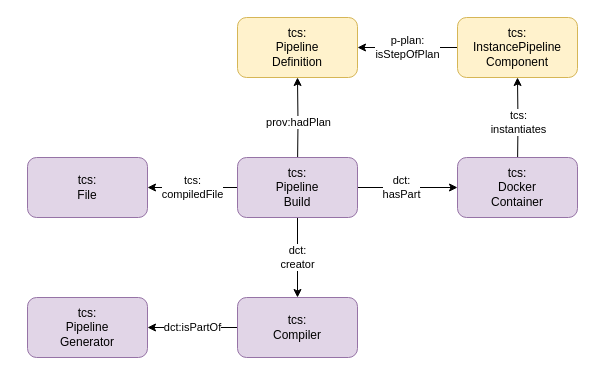
The draw.io diagram page "Pipeline Generator" (2 of 4) of semantic model/diagrams/diagrams.drawio in thcarsten/toolchain-specification, before the edit. Source tidied: cells renumbered, new cells numbered last; positions are measured from the earlier drawing's top-left corner, leaving out a move shared by most shapes. Both pictures are drawn from the tidied source at 100%, with x=0, y=0 at pixel (27, 17).
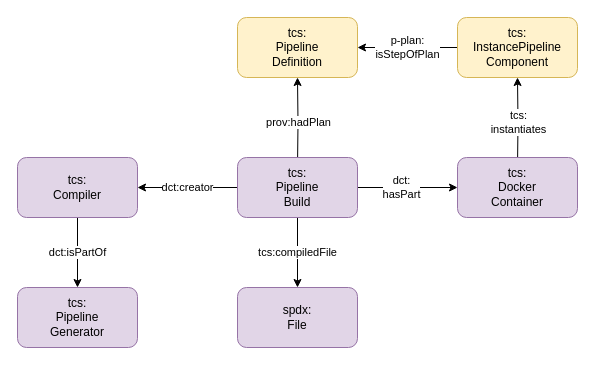
Above is the later version.

What changed in the source:
```diff
@@
 <mxGraphModel>
   <root>
     <mxCell id="0" />
     <mxCell id="1" parent="0" />
     <mxCell id="2" value="prov:hadPlan" style="edgeStyle=orthogonalEdgeStyle;rounded=0;jettySize=auto;html=1;exitX=0.5;exitY=0;exitDx=0;exitDy=0;entryX=0.5;entryY=1;entryDx=0;entryDy=0;" parent="1" edge="1" target="4">
       <mxGeometry relative="1" as="geometry">
         <mxPoint x="270" y="150" as="sourcePoint" />
       </mxGeometry>
     </mxCell>
     <mxCell id="3" value="tcs:&lt;div&gt;instantiates&lt;/div&gt;" style="edgeStyle=orthogonalEdgeStyle;rounded=0;jettySize=auto;html=1;exitX=0.5;exitY=0;exitDx=0;exitDy=0;entryX=0.5;entryY=1;entryDx=0;entryDy=0;" parent="1" edge="1" target="6">
       <mxGeometry relative="1" as="geometry">
         <mxPoint x="490" y="150" as="sourcePoint" />
       </mxGeometry>
     </mxCell>
     <mxCell id="4" value="tcs:&lt;div&gt;Pipeline&lt;div&gt;Definition&lt;/div&gt;&lt;/div&gt;" style="rounded=1;whiteSpace=wrap;html=1;fillColor=#fff2cc;strokeColor=#d6b656;" parent="1" vertex="1">
       <mxGeometry x="210" width="120" height="60" as="geometry" />
     </mxCell>
     <mxCell id="5" value="p-plan:&lt;div&gt;isStepOfPlan&lt;/div&gt;" style="edgeStyle=orthogonalEdgeStyle;rounded=0;jettySize=auto;html=1;exitX=0;exitY=0.5;exitDx=0;exitDy=0;entryX=1;entryY=0.5;entryDx=0;entryDy=0;" parent="1" edge="1" source="6" target="4">
       <mxGeometry relative="1" as="geometry" />
     </mxCell>
     <mxCell id="6" value="&lt;span style=&quot;background-color: transparent; color: light-dark(rgb(0, 0, 0), rgb(255, 255, 255));&quot;&gt;tcs:&lt;/span&gt;&lt;div&gt;&lt;span&gt;InstancePipeline&lt;/span&gt;&lt;div&gt;&lt;span&gt;Component&lt;/span&gt;&lt;span style=&quot;background-color: transparent; color: light-dark(rgb(0, 0, 0), rgb(255, 255, 255));&quot;&gt;&lt;br&gt;&lt;/span&gt;&lt;/div&gt;&lt;/div&gt;" style="rounded=1;whiteSpace=wrap;html=1;fillColor=#fff2cc;strokeColor=#d6b656;" parent="1" vertex="1">
       <mxGeometry x="430" width="120" height="60" as="geometry" />
     </mxCell>
     <mxCell id="7" value="dct:&lt;div&gt;hasPart&lt;/div&gt;" style="edgeStyle=orthogonalEdgeStyle;rounded=0;jettySize=auto;html=1;exitX=1;exitY=0.5;exitDx=0;exitDy=0;" parent="1" edge="1" source="10" target="11">
       <mxGeometry x="-0.13" relative="1" as="geometry" />
     </mxCell>
-    <mxCell id="8" value="tcs:&lt;div&gt;compiledFile&lt;/div&gt;" style="edgeStyle=orthogonalEdgeStyle;rounded=0;jettySize=auto;html=1;exitX=0;exitY=0.5;exitDx=0;exitDy=0;" parent="1" edge="1" source="10" target="13">
-      <mxGeometry relative="1" as="geometry" />
-    </mxCell>
+    <mxCell id="16" value="tcs:compiledFile" style="edgeStyle=orthogonalEdgeStyle;rounded=0;jettySize=auto;html=1;exitX=0.5;exitY=1;exitDx=0;exitDy=0;entryX=0.5;entryY=0;entryDx=0;entryDy=0;" parent="1" edge="1" source="10" target="17">
+      <mxGeometry relative="1" as="geometry" />
+    </mxCell>
-    <mxCell id="9" value="dct:&lt;div&gt;creator&lt;/div&gt;" style="edgeStyle=orthogonalEdgeStyle;rounded=0;jettySize=auto;html=1;exitX=0.5;exitY=1;exitDx=0;exitDy=0;" parent="1" edge="1" source="10" target="15">
+    <mxCell id="9" value="dct:creator" style="edgeStyle=orthogonalEdgeStyle;rounded=0;jettySize=auto;html=1;exitX=0;exitY=0.5;exitDx=0;exitDy=0;entryX=1;entryY=0.5;entryDx=0;entryDy=0;" parent="1" edge="1" source="10" target="15">
       <mxGeometry relative="1" as="geometry" />
     </mxCell>
     <mxCell id="10" value="tcs:&lt;div&gt;Pipeline&lt;div&gt;Build&lt;/div&gt;&lt;/div&gt;" style="rounded=1;whiteSpace=wrap;html=1;fillColor=#e1d5e7;strokeColor=#9673a6;" parent="1" vertex="1">
       <mxGeometry x="210" y="140" width="120" height="60" as="geometry" />
     </mxCell>
     <mxCell id="11" value="tcs:&lt;div&gt;Docker&lt;div&gt;Container&lt;/div&gt;&lt;/div&gt;" style="rounded=1;whiteSpace=wrap;html=1;fillColor=#e1d5e7;strokeColor=#9673a6;" parent="1" vertex="1">
       <mxGeometry x="430" y="140" width="120" height="60" as="geometry" />
     </mxCell>
-    <mxCell id="12" value="tcs:&lt;div&gt;Pipeline&lt;div&gt;Generator&lt;/div&gt;&lt;/div&gt;" style="rounded=1;whiteSpace=wrap;html=1;fillColor=#e1d5e7;strokeColor=#9673a6;" parent="1" vertex="1">
-      <mxGeometry y="280" width="120" height="60" as="geometry" />
-    </mxCell>
-    <mxCell id="13" value="tcs:&lt;div&gt;File&lt;/div&gt;" style="rounded=1;whiteSpace=wrap;html=1;fillColor=#e1d5e7;strokeColor=#9673a6;" parent="1" vertex="1">
-      <mxGeometry y="140" width="120" height="60" as="geometry" />
-    </mxCell>
-    <mxCell id="14" value="dct:isPartOf" style="edgeStyle=orthogonalEdgeStyle;rounded=0;jettySize=auto;html=1;exitX=0;exitY=0.5;exitDx=0;exitDy=0;" parent="1" edge="1" source="15" target="12">
+    <mxCell id="14" value="dct:isPartOf" style="edgeStyle=orthogonalEdgeStyle;rounded=0;jettySize=auto;html=1;exitX=0.5;exitY=1;exitDx=0;exitDy=0;entryX=0.5;entryY=0;entryDx=0;entryDy=0;" parent="1" edge="1" source="15" target="12">
       <mxGeometry relative="1" as="geometry" />
     </mxCell>
     <mxCell id="15" value="tcs:&lt;div&gt;Compiler&lt;/div&gt;" style="rounded=1;whiteSpace=wrap;html=1;fillColor=#e1d5e7;strokeColor=#9673a6;" parent="1" vertex="1">
-      <mxGeometry x="210" y="280" width="120" height="60" as="geometry" />
+      <mxGeometry x="-10" y="140" width="120" height="60" as="geometry" />
     </mxCell>
+    <mxCell id="17" value="spdx:&lt;div&gt;File&lt;/div&gt;" style="rounded=1;whiteSpace=wrap;html=1;fillColor=#e1d5e7;strokeColor=#9673a6;" parent="1" vertex="1">
+      <mxGeometry x="210" y="270" width="120" height="60" as="geometry" />
+    </mxCell>
+    <mxCell id="12" value="tcs:&lt;div&gt;Pipeline&lt;div&gt;Generator&lt;/div&gt;&lt;/div&gt;" style="rounded=1;whiteSpace=wrap;html=1;fillColor=#e1d5e7;strokeColor=#9673a6;" parent="1" vertex="1">
+      <mxGeometry x="-10" y="270" width="120" height="60" as="geometry" />
+    </mxCell>
   </root>
 </mxGraphModel>
```
